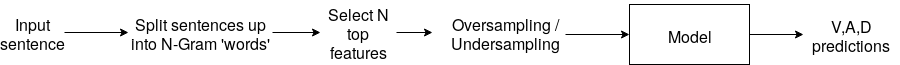
Above: litImgs/modelWithOversampling.png in tamara-h/Dissertation (draw.io), before the change. Source tidied: cells renumbered, new cells last; positions are measured from the earlier drawing's top-left corner, leaving out a move shared by most shapes.
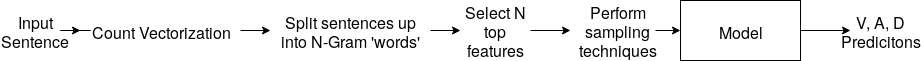
The same file after the commit.

Diff of the diagram source:
```diff
@@ -2,42 +2,46 @@
   <root>
     <mxCell id="0" />
     <mxCell id="1" parent="0" />
-    <mxCell id="2" style="edgeStyle=orthogonalEdgeStyle;rounded=0;jettySize=auto;html=1;entryX=0;entryY=0.5;entryDx=0;entryDy=0;fontSize=16;" parent="1" edge="1" source="3" target="5">
+    <mxCell id="2" style="edgeStyle=orthogonalEdgeStyle;rounded=0;jettySize=auto;html=1;exitX=1;exitY=0.5;exitDx=0;exitDy=0;" parent="1" edge="1" source="3" target="14">
       <mxGeometry relative="1" as="geometry" />
     </mxCell>
-    <mxCell id="3" value="Input sentence" style="text;html=1;strokeColor=none;fillColor=none;align=center;verticalAlign=middle;whiteSpace=wrap;rounded=0;fontSize=16;" parent="1" vertex="1">
-      <mxGeometry y="8" width="64" height="48" as="geometry" />
+    <mxCell id="3" value="&lt;div&gt;Input&lt;/div&gt;&lt;div&gt;Sentence&lt;br&gt;&lt;/div&gt;" style="text;html=1;strokeColor=none;fillColor=none;align=center;verticalAlign=middle;whiteSpace=wrap;rounded=0;fontSize=16;" parent="1" vertex="1">
+      <mxGeometry x="-22" y="86" width="70" height="40" as="geometry" />
     </mxCell>
-    <mxCell id="4" style="edgeStyle=orthogonalEdgeStyle;rounded=0;jettySize=auto;html=1;entryX=0;entryY=0.5;entryDx=0;entryDy=0;fontSize=16;" parent="1" edge="1" source="5" target="7">
+    <mxCell id="4" style="edgeStyle=orthogonalEdgeStyle;rounded=0;jettySize=auto;html=1;fontSize=16;" parent="1" edge="1" source="5" target="6">
       <mxGeometry relative="1" as="geometry" />
     </mxCell>
-    <mxCell id="5" value="Split sentences up into N-Gram 'words'" style="text;html=1;strokeColor=none;fillColor=none;align=center;verticalAlign=middle;whiteSpace=wrap;rounded=0;fontSize=16;" parent="1" vertex="1">
-      <mxGeometry x="128" width="144" height="64" as="geometry" />
+    <mxCell id="5" value="Model" style="rounded=0;whiteSpace=wrap;html=1;fontSize=16;" parent="1" vertex="1">
+      <mxGeometry x="658" y="76" width="120" height="60" as="geometry" />
     </mxCell>
-    <mxCell id="6" style="edgeStyle=orthogonalEdgeStyle;rounded=0;jettySize=auto;html=1;fontSize=16;" parent="1" edge="1" source="7">
-      <mxGeometry relative="1" as="geometry">
-        <mxPoint x="432" y="32" as="targetPoint" />
-      </mxGeometry>
+    <mxCell id="6" value="V, A, D Predicitons" style="text;html=1;strokeColor=none;fillColor=none;align=center;verticalAlign=middle;whiteSpace=wrap;rounded=0;fontSize=16;" parent="1" vertex="1">
+      <mxGeometry x="828" y="96" width="60" height="20" as="geometry" />
     </mxCell>
-    <mxCell id="7" value="Select N top features" style="text;html=1;strokeColor=none;fillColor=none;align=center;verticalAlign=middle;whiteSpace=wrap;rounded=0;fontSize=16;" parent="1" vertex="1">
-      <mxGeometry x="320" y="8" width="76" height="48" as="geometry" />
+    <mxCell id="7" style="edgeStyle=orthogonalEdgeStyle;rounded=0;jettySize=auto;html=1;fontSize=16;" parent="1" edge="1" source="8" target="10">
+      <mxGeometry relative="1" as="geometry" />
     </mxCell>
-    <mxCell id="8" style="edgeStyle=orthogonalEdgeStyle;rounded=0;jettySize=auto;html=1;fontSize=16;" parent="1" edge="1" source="9" target="10">
-      <mxGeometry relative="1" as="geometry" />
+    <mxCell id="8" value="Split sentences up into N-Gram 'words'" style="text;html=1;strokeColor=none;fillColor=none;align=center;verticalAlign=middle;whiteSpace=wrap;rounded=0;fontSize=16;" parent="1" vertex="1">
+      <mxGeometry x="248" y="96" width="160" height="20" as="geometry" />
     </mxCell>
-    <mxCell id="9" value="Model" style="rounded=0;whiteSpace=wrap;html=1;fontSize=16;" parent="1" vertex="1">
-      <mxGeometry x="629" y="4" width="120" height="60" as="geometry" />
+    <mxCell id="9" style="edgeStyle=orthogonalEdgeStyle;rounded=0;jettySize=auto;html=1;fontSize=16;" parent="1" edge="1" source="10">
+      <mxGeometry relative="1" as="geometry">
+        <mxPoint x="548" y="106" as="targetPoint" />
+      </mxGeometry>
     </mxCell>
-    <mxCell id="10" value="V,A,D predictions" style="text;html=1;strokeColor=none;fillColor=none;align=center;verticalAlign=middle;whiteSpace=wrap;rounded=0;fontSize=16;" parent="1" vertex="1">
-      <mxGeometry x="803" y="24" width="96" height="20" as="geometry" />
+    <mxCell id="10" value="Select N top features" style="text;html=1;strokeColor=none;fillColor=none;align=center;verticalAlign=middle;whiteSpace=wrap;rounded=0;fontSize=16;" parent="1" vertex="1">
+      <mxGeometry x="438" y="96" width="70" height="20" as="geometry" />
     </mxCell>
-    <mxCell id="11" style="edgeStyle=orthogonalEdgeStyle;rounded=0;jettySize=auto;html=1;entryX=0;entryY=0.5;entryDx=0;entryDy=0;fontSize=16;" parent="1" edge="1" target="9">
-      <mxGeometry relative="1" as="geometry">
-        <mxPoint x="565" y="34" as="sourcePoint" />
-      </mxGeometry>
+    <mxCell id="11" style="edgeStyle=orthogonalEdgeStyle;rounded=0;jettySize=auto;html=1;fontSize=16;" parent="1" edge="1" source="12" target="5">
+      <mxGeometry relative="1" as="geometry" />
     </mxCell>
-    <mxCell id="12" value="Oversampling / Undersampling " style="text;html=1;strokeColor=none;fillColor=none;align=center;verticalAlign=middle;whiteSpace=wrap;rounded=0;fontSize=16;" parent="1" vertex="1">
-      <mxGeometry x="464" y="22" width="82" height="20" as="geometry" />
+    <mxCell id="12" value="Perform sampling techniques" style="text;html=1;strokeColor=none;fillColor=none;align=center;verticalAlign=middle;whiteSpace=wrap;rounded=0;fontSize=16;" parent="1" vertex="1">
+      <mxGeometry x="558" y="76" width="75" height="60" as="geometry" />
     </mxCell>
+    <mxCell id="13" style="edgeStyle=orthogonalEdgeStyle;rounded=0;jettySize=auto;html=1;" parent="1" edge="1" source="14" target="8">
+      <mxGeometry relative="1" as="geometry" />
+    </mxCell>
+    <mxCell id="14" value="Count Vectorization" style="text;html=1;strokeColor=none;fillColor=none;align=center;verticalAlign=middle;whiteSpace=wrap;rounded=0;fontSize=16;" parent="1" vertex="1">
+      <mxGeometry x="58" y="96" width="160" height="20" as="geometry" />
+    </mxCell>
   </root>
 </mxGraphModel>
```
